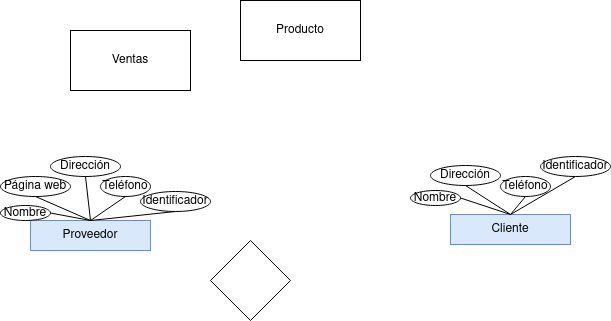
The draw.io diagram Unidad-1/Tareas/Tarea-1/Primer Diagrama.drawio.png in RafaelMayor/base-datos, before a commit. Source tidied: cells renumbered, new cells last; positions are measured from the earlier drawing's top-left corner, leaving out a move shared by most shapes.
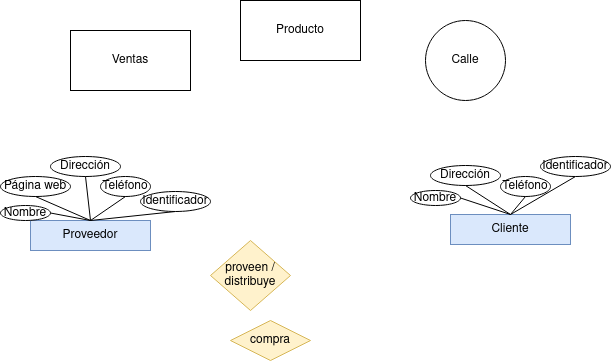
The same file after the commit.

The edit, as a diff of the source:
```diff
@@ -68,8 +68,14 @@
     <mxCell id="23" style="endArrow=none;html=1;rounded=0;exitX=0.5;exitY=0;exitDx=0;exitDy=0;entryX=0.5;entryY=1;entryDx=0;entryDy=0;" parent="1" edge="1" source="15" target="20">
       <mxGeometry relative="1" as="geometry" />
     </mxCell>
-    <mxCell id="24" style="rhombus;whiteSpace=wrap;html=1;" parent="1" vertex="1">
-      <mxGeometry x="210" y="240" width="80" height="80" as="geometry" />
+    <mxCell id="24" value="&lt;div&gt;proveen /&lt;/div&gt;&lt;div&gt;distribuye&lt;br&gt;&lt;/div&gt;" style="rhombus;whiteSpace=wrap;html=1;fillColor=#fff2cc;strokeColor=#d6b656;" parent="1" vertex="1">
+      <mxGeometry x="210" y="240" width="80" height="70" as="geometry" />
     </mxCell>
+    <mxCell id="25" value="compra" style="rhombus;whiteSpace=wrap;html=1;fillColor=#fff2cc;strokeColor=#d6b656;" parent="1" vertex="1">
+      <mxGeometry x="230" y="320" width="80" height="40" as="geometry" />
+    </mxCell>
+    <mxCell id="26" value="Calle" style="ellipse;whiteSpace=wrap;html=1;" parent="1" vertex="1">
+      <mxGeometry x="425" y="20" width="80" height="80" as="geometry" />
+    </mxCell>
   </root>
 </mxGraphModel>
```
